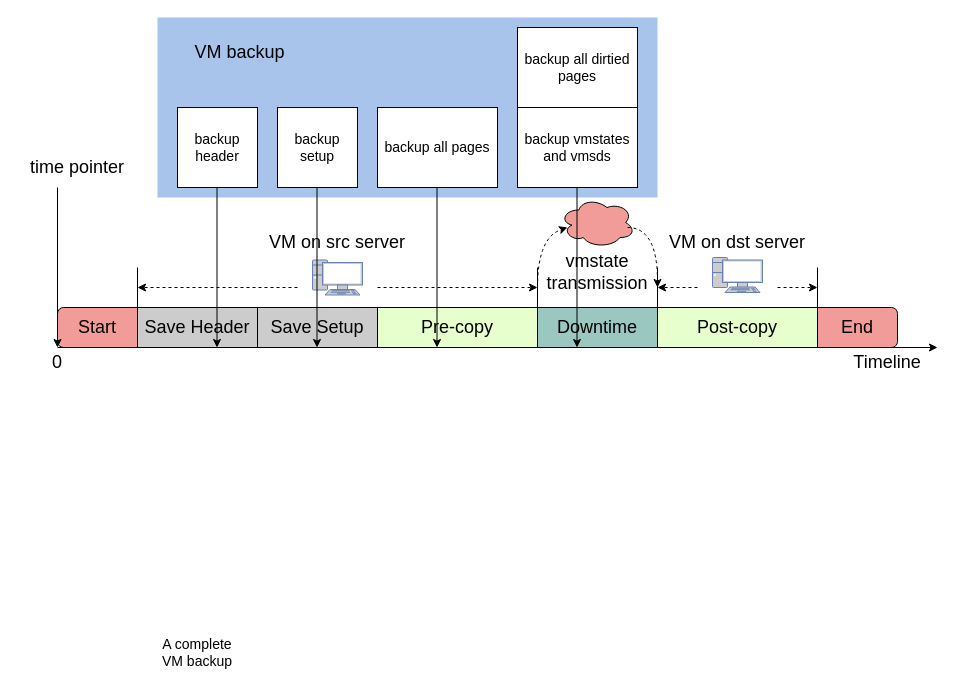
Earlier version of the draw.io diagram qemu-migration/postcopy backup timeline 2.drawio (xuyizhe1999/drawio). Source tidied: cells renumbered, new cells numbered last; positions are measured from the earlier drawing's top-left corner, leaving out a move shared by most shapes. Both pictures are drawn from the tidied source at 100%, with x=0, y=0 at pixel (17, 17).
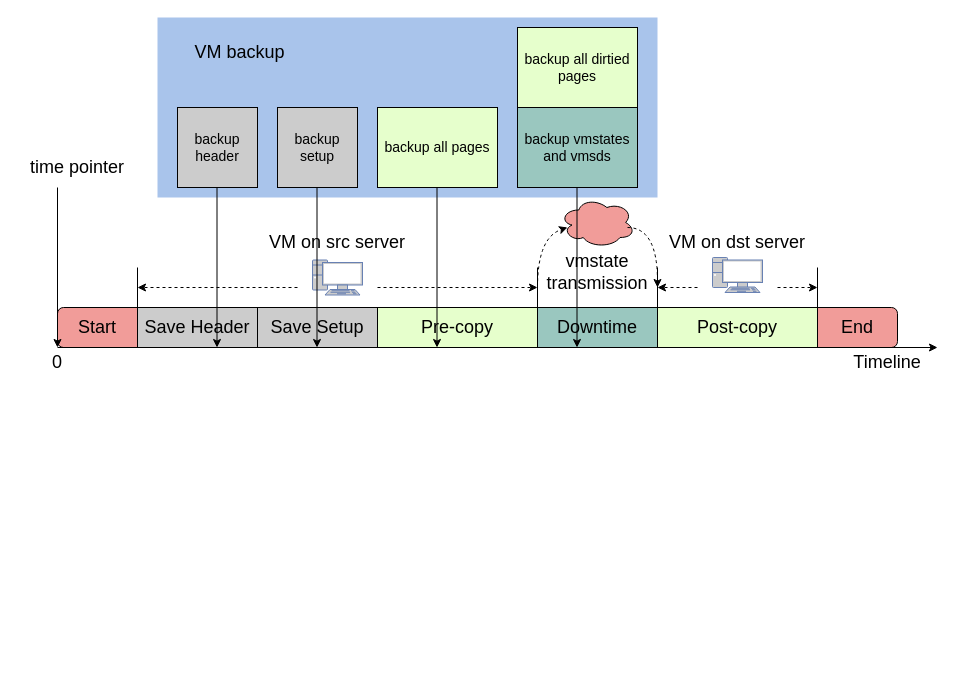
After the change.

What changed in the source:
```diff
@@
-    <mxCell id="33" value="&lt;font style=&quot;font-size: 14px;&quot;&gt;backup &lt;br&gt;header&lt;/font&gt;" style="rounded=0;whiteSpace=wrap;html=1;" parent="1" vertex="1">
+    <mxCell id="33" value="&lt;font style=&quot;font-size: 14px;&quot;&gt;backup &lt;br&gt;header&lt;/font&gt;" style="rounded=0;whiteSpace=wrap;html=1;fillColor=#CCCCCC;" parent="1" vertex="1">
       <mxGeometry x="160" y="90" width="80" height="80" as="geometry" />
     </mxCell>
-    <mxCell id="34" value="&lt;font style=&quot;font-size: 14px;&quot;&gt;backup&lt;br&gt;setup&lt;/font&gt;" style="rounded=0;whiteSpace=wrap;html=1;" parent="1" vertex="1">
+    <mxCell id="34" value="&lt;font style=&quot;font-size: 14px;&quot;&gt;backup&lt;br&gt;setup&lt;/font&gt;" style="rounded=0;whiteSpace=wrap;html=1;fillColor=#CCCCCC;" parent="1" vertex="1">
       <mxGeometry x="260" y="90" width="80" height="80" as="geometry" />
     </mxCell>
-    <mxCell id="35" value="backup all pages" style="rounded=0;whiteSpace=wrap;html=1;fontSize=14;" parent="1" vertex="1">
+    <mxCell id="35" value="backup all pages" style="rounded=0;whiteSpace=wrap;html=1;fontSize=14;fillColor=#E6FFCC;" parent="1" vertex="1">
       <mxGeometry x="360" y="90" width="120" height="80" as="geometry" />
     </mxCell>
-    <mxCell id="36" value="backup all dirtied pages" style="rounded=0;whiteSpace=wrap;html=1;fontSize=14;" parent="1" vertex="1">
+    <mxCell id="36" value="backup all dirtied pages" style="rounded=0;whiteSpace=wrap;html=1;fontSize=14;fillColor=#E6FFCC;" parent="1" vertex="1">
       <mxGeometry x="500" y="10" width="120" height="80" as="geometry" />
     </mxCell>
-    <mxCell id="37" value="backup vmstates and vmsds" style="rounded=0;whiteSpace=wrap;html=1;fontSize=14;" parent="1" vertex="1">
+    <mxCell id="37" value="backup vmstates and vmsds" style="rounded=0;whiteSpace=wrap;html=1;fontSize=14;fillColor=#9AC7BF;" parent="1" vertex="1">
       <mxGeometry x="500" y="90" width="120" height="80" as="geometry" />
     </mxCell>
-    <mxCell id="38" value="A complete VM backup" style="text;html=1;strokeColor=none;fillColor=none;align=center;verticalAlign=middle;whiteSpace=wrap;rounded=0;fontSize=14;" parent="1" vertex="1">
-      <mxGeometry x="135" y="620" width="90" height="30" as="geometry" />
-    </mxCell>
```
